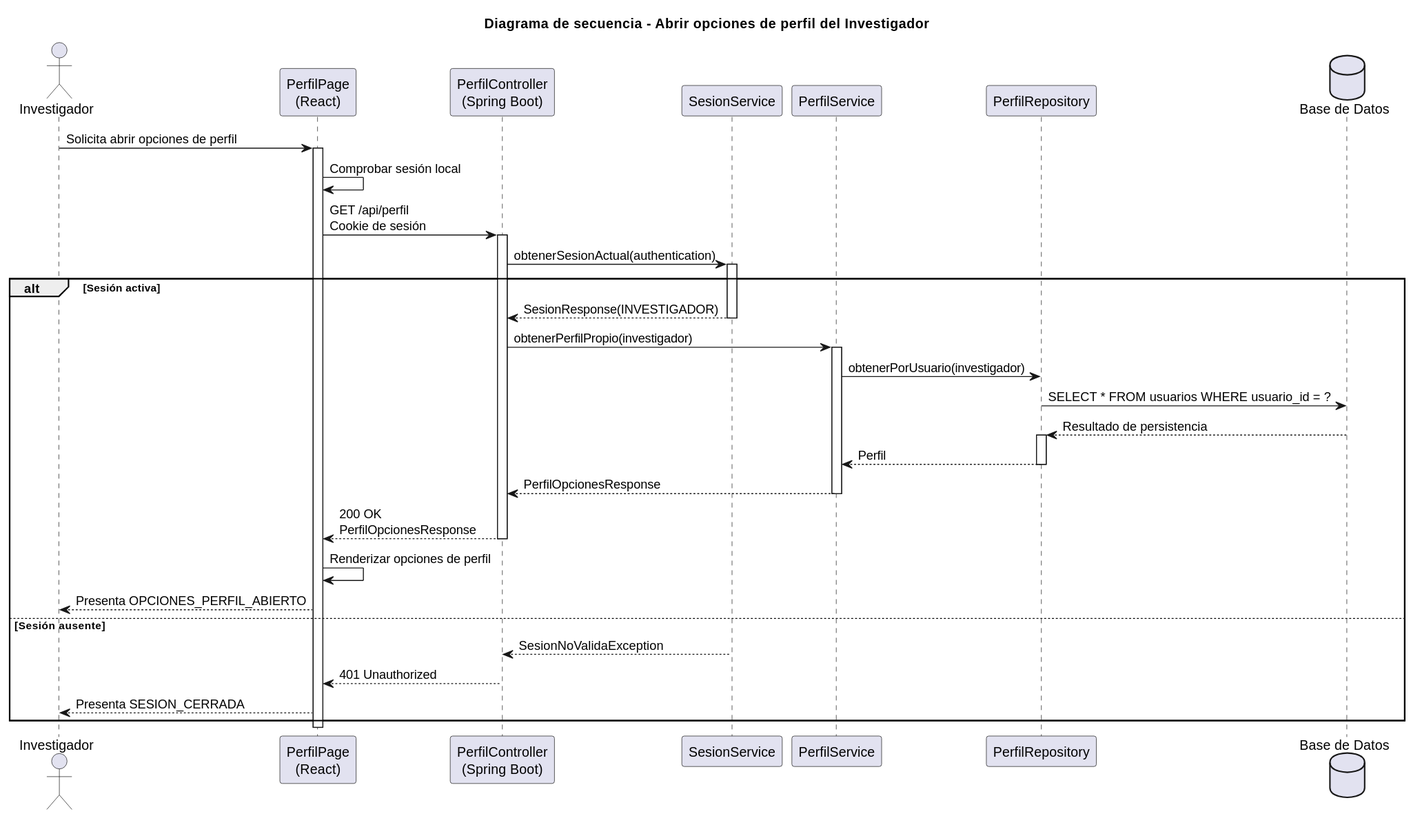
Before: images/RUP/02-diseño/casos-uso/investigador/abrirOpcionesPerfil/secuencia.svg, a diagram exported from PlantUML (beatriizorozco/25-26-idsw2-sdVC).
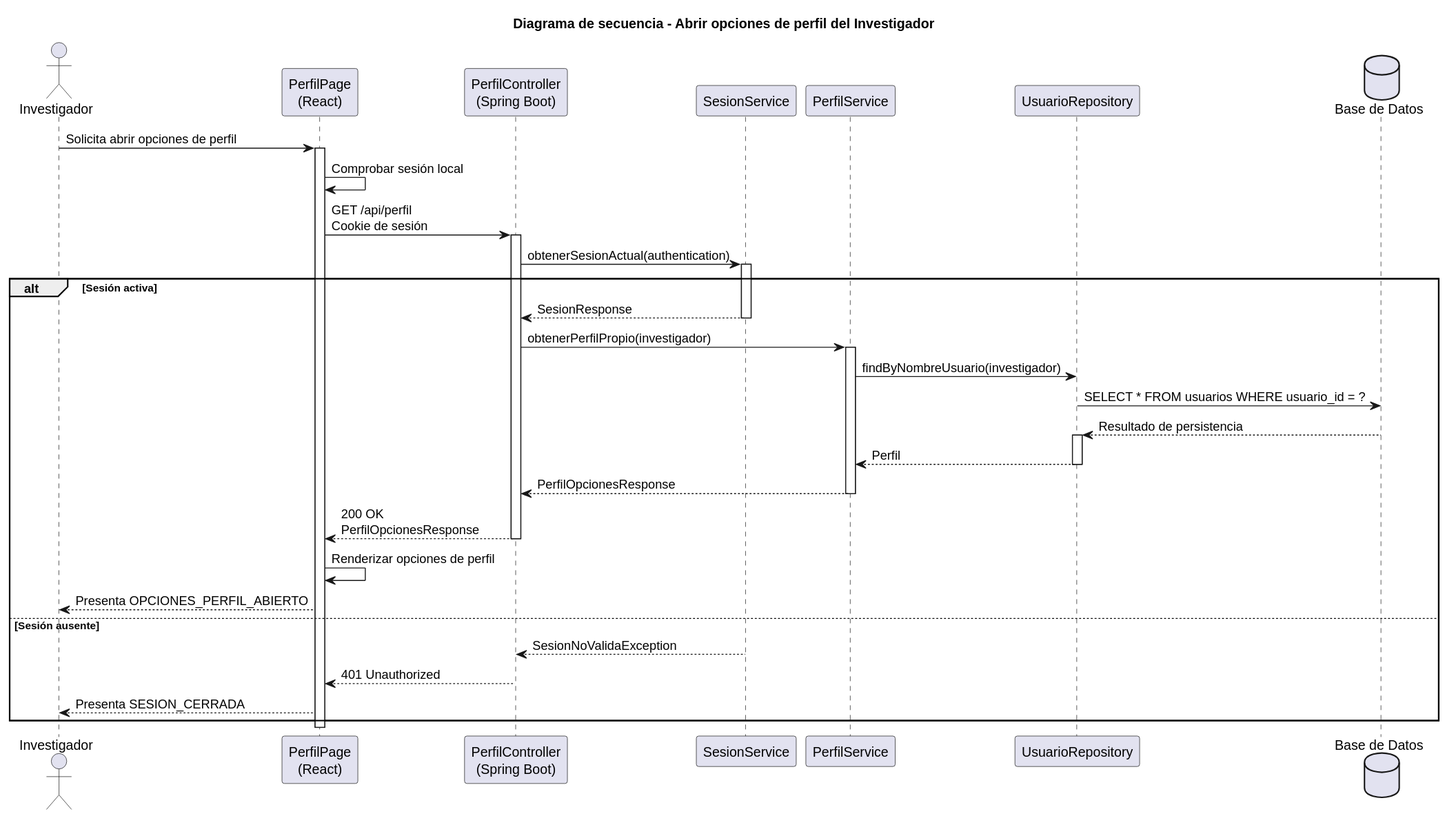
The same file after the commit.

Diff of the diagram source:
```diff
@@ -6,7 +6,7 @@
 participant "PerfilController\n(Spring Boot)" as Api
 participant "SesionService" as Sesion
 participant "PerfilService" as PerfilService
-participant "PerfilRepository" as PerfilRepository
+participant "UsuarioRepository" as PerfilRepository
 database "Base de Datos" as DB
 
 Investigador -> Frontend: Solicita abrir opciones de perfil
@@ -17,11 +17,11 @@
 Api -> Sesion: obtenerSesionActual(authentication)
 activate Sesion
 alt Sesión activa
-    Sesion --> Api: SesionResponse(INVESTIGADOR)
+    Sesion --> Api: SesionResponse
     deactivate Sesion
     Api -> PerfilService: obtenerPerfilPropio(investigador)
     activate PerfilService
-    PerfilService -> PerfilRepository: obtenerPorUsuario(investigador)
+    PerfilService -> PerfilRepository: findByNombreUsuario(investigador)
     PerfilRepository -> DB: SELECT * FROM usuarios WHERE usuario_id = ?
     DB --> PerfilRepository: Resultado de persistencia
     activate PerfilRepository
```
